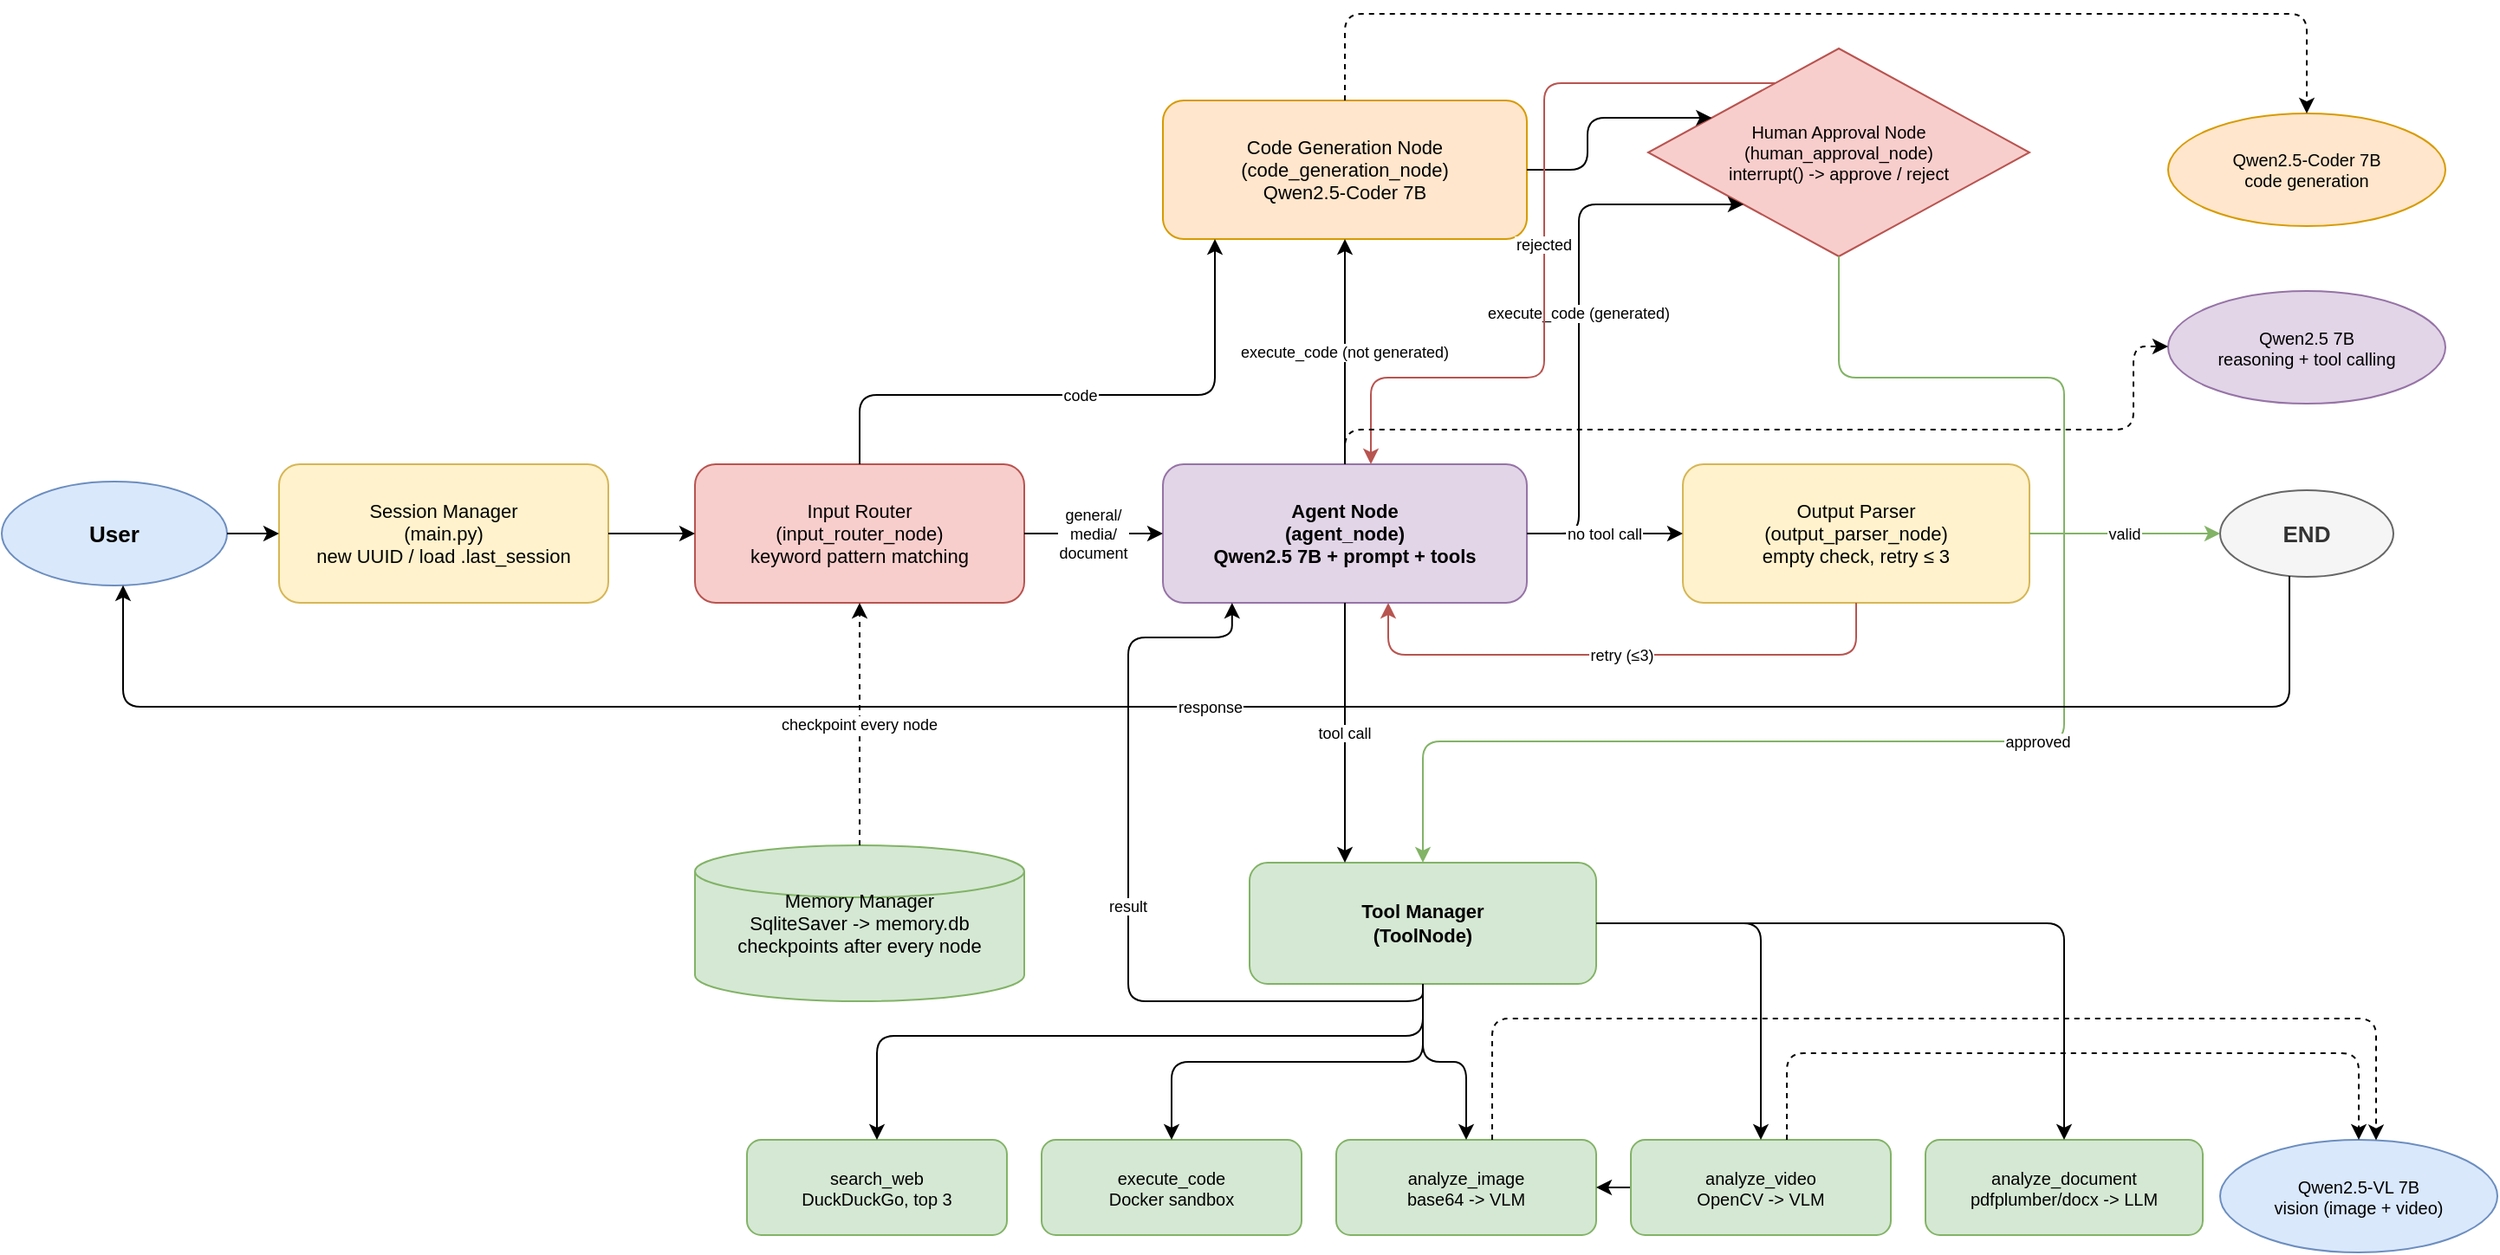
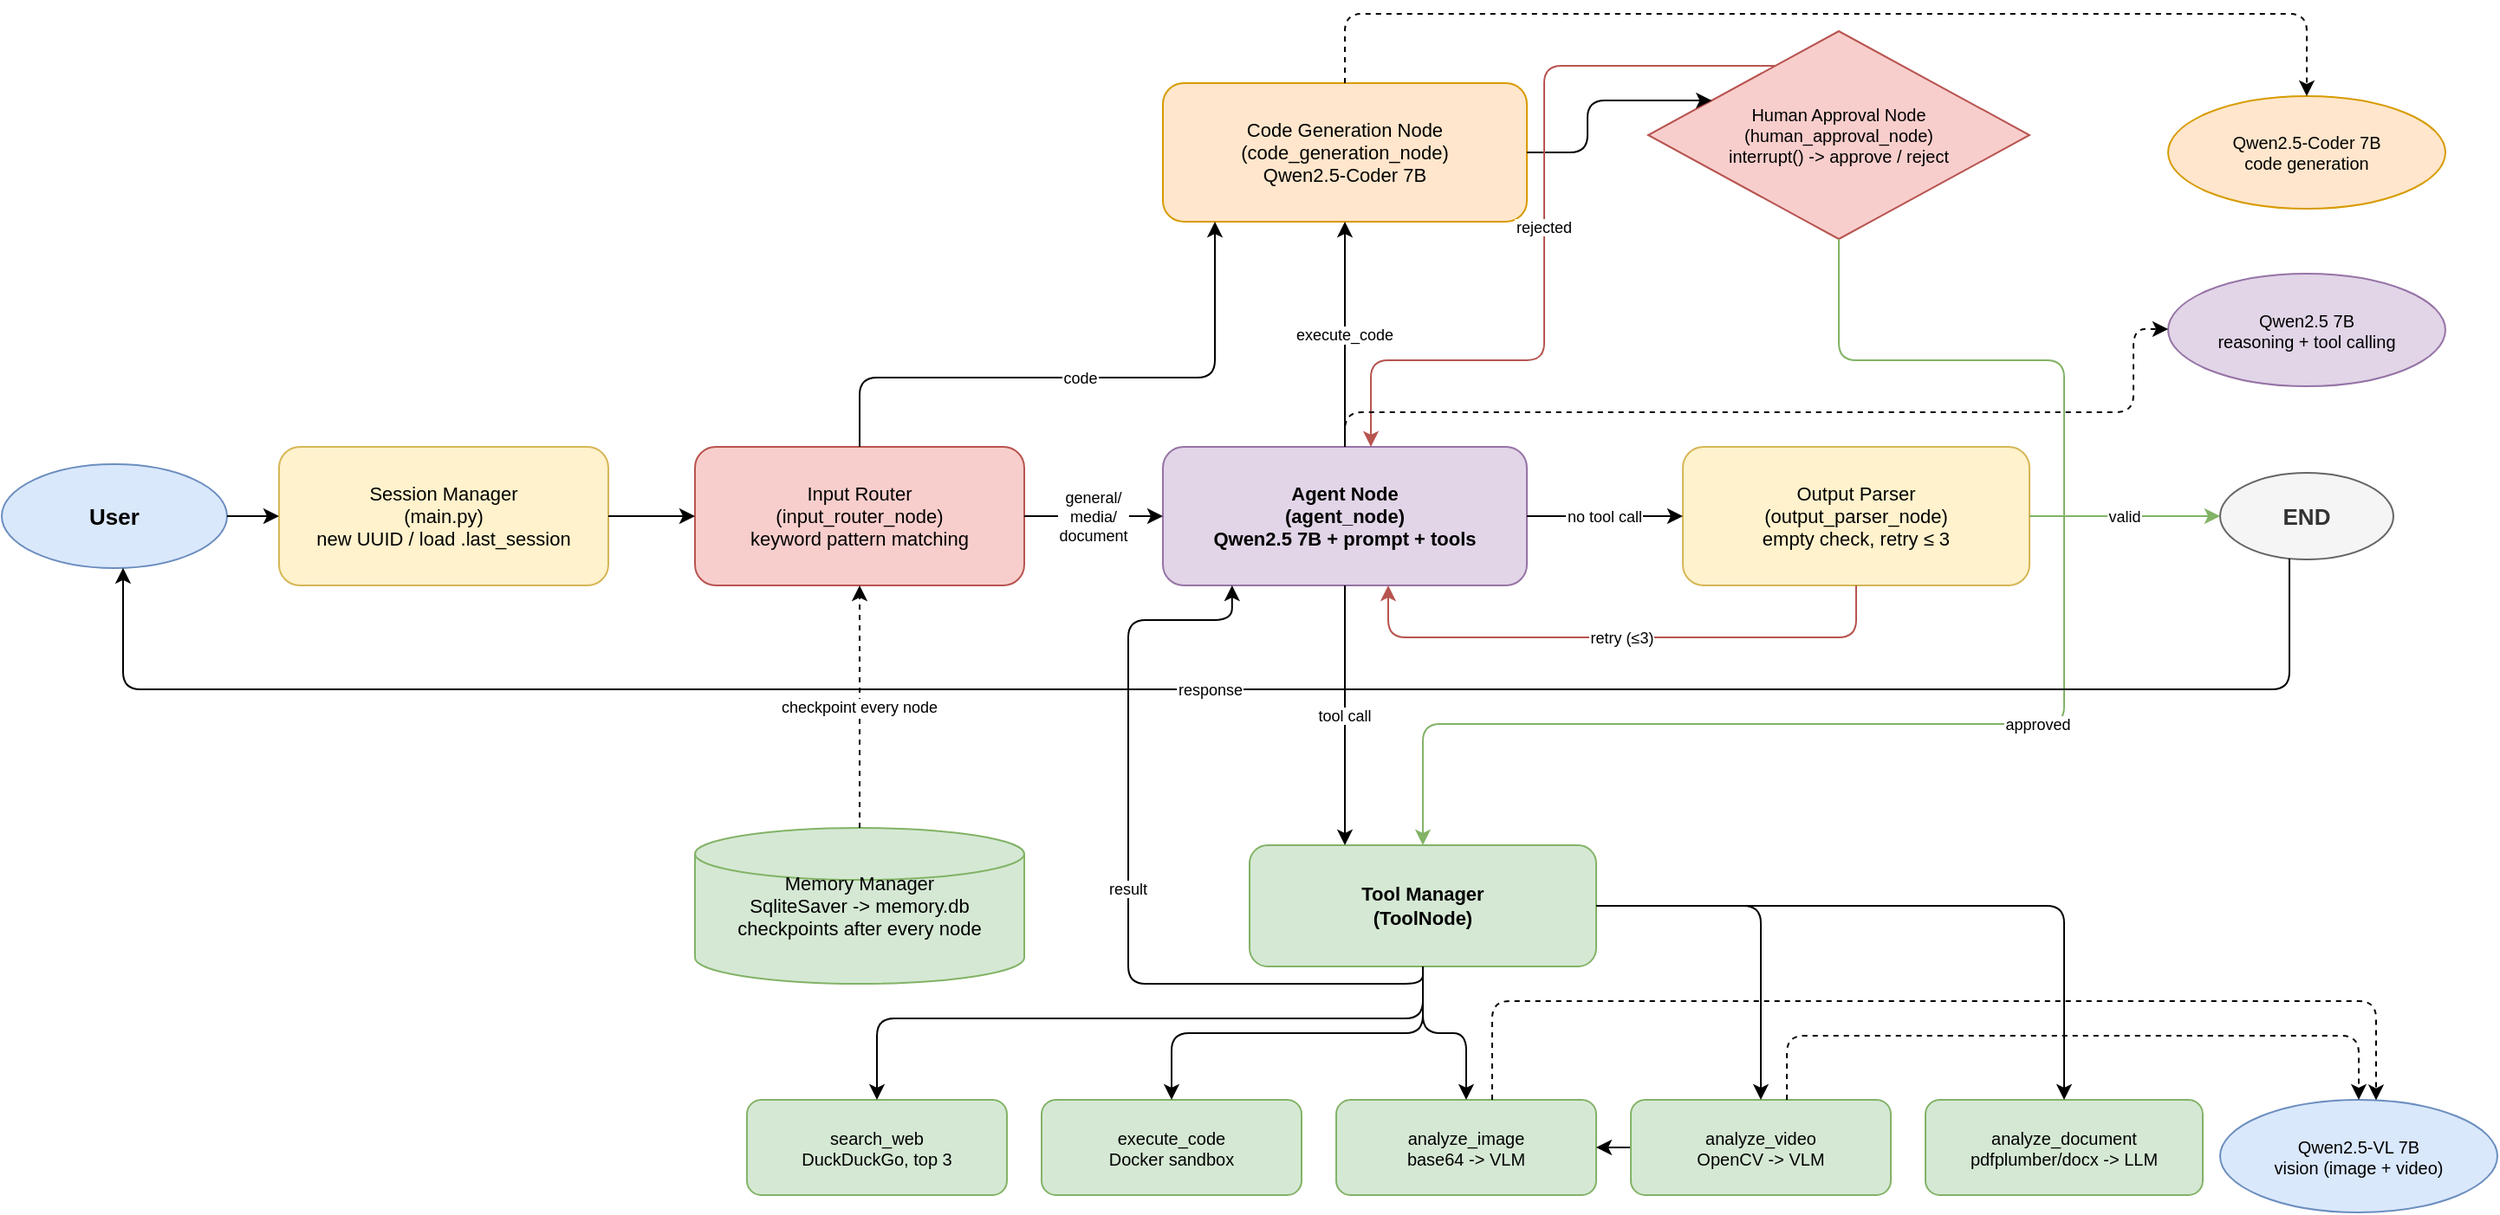
<mxfile host="65bd71144e">
    <diagram name="Local AI Agent v1" id="0">
-         <mxGraphModel dx="1445" dy="731" grid="1" gridSize="10" guides="1" tooltips="1" connect="1" arrows="1" fold="1" page="1" pageScale="1" pageWidth="1900" pageHeight="1400" math="0" shadow="0">
+         <mxGraphModel dx="1536" dy="685" grid="1" gridSize="10" guides="1" tooltips="1" connect="1" arrows="1" fold="1" page="1" pageScale="1" pageWidth="1900" pageHeight="1400" math="0" shadow="0">
            <root>
                <mxCell id="0"/>
                <mxCell id="1" parent="0"/>
                <mxCell id="2" value="User" style="ellipse;whiteSpace=wrap;html=1;fillColor=#dae8fc;strokeColor=#6c8ebf;fontStyle=1;fontSize=13;" parent="1" vertex="1">
                    <mxGeometry x="110" y="490" width="130" height="60" as="geometry"/>
                </mxCell>
                <mxCell id="3" value="Session Manager&#xa;(main.py)&#xa;new UUID / load .last_session" style="rounded=1;whiteSpace=wrap;html=1;fillColor=#fff2cc;strokeColor=#d6b656;fontSize=11;" parent="1" vertex="1">
                    <mxGeometry x="270" y="480" width="190" height="80" as="geometry"/>
                </mxCell>
                <mxCell id="4" value="Input Router&#xa;(input_router_node)&#xa;keyword pattern matching" style="rounded=1;whiteSpace=wrap;html=1;fillColor=#f8cecc;strokeColor=#b85450;fontSize=11;" parent="1" vertex="1">
                    <mxGeometry x="510" y="480" width="190" height="80" as="geometry"/>
                </mxCell>
                <mxCell id="6" value="Agent Node&#xa;(agent_node)&#xa;Qwen2.5 7B + prompt + tools" style="rounded=1;whiteSpace=wrap;html=1;fillColor=#e1d5e7;strokeColor=#9673a6;fontStyle=1;fontSize=11;" parent="1" vertex="1">
                    <mxGeometry x="780" y="480" width="210" height="80" as="geometry"/>
                </mxCell>
                <mxCell id="9" value="Output Parser&#xa;(output_parser_node)&#xa;empty check, retry ≤ 3" style="rounded=1;whiteSpace=wrap;html=1;fillColor=#fff2cc;strokeColor=#d6b656;fontSize=11;" parent="1" vertex="1">
                    <mxGeometry x="1080" y="480" width="200" height="80" as="geometry"/>
                </mxCell>
                <mxCell id="19" value="END" style="ellipse;whiteSpace=wrap;html=1;fillColor=#f5f5f5;strokeColor=#666666;fontColor=#333333;fontStyle=1;fontSize=13;" parent="1" vertex="1">
                    <mxGeometry x="1390" y="495" width="100" height="50" as="geometry"/>
                </mxCell>
                <mxCell id="7" value="Code Generation Node&#xa;(code_generation_node)&#xa;Qwen2.5-Coder 7B" style="rounded=1;whiteSpace=wrap;html=1;fillColor=#ffe6cc;strokeColor=#d79b00;fontSize=11;" parent="1" vertex="1">
                    <mxGeometry x="780" y="270" width="210" height="80" as="geometry"/>
                </mxCell>
-                 <mxCell id="8" value="Human Approval Node&#xa;(human_approval_node)&#xa;interrupt() -> approve / reject" style="rhombus;whiteSpace=wrap;html=1;fillColor=#f8cecc;strokeColor=#b85450;fontSize=10;" parent="1" vertex="1">
+                 <mxCell id="8" value="Human Approval Node&#xa;(human_approval_node)&#xa;interrupt() -&gt; approve / reject" style="rhombus;whiteSpace=wrap;html=1;fillColor=#f8cecc;strokeColor=#b85450;fontSize=10;" parent="1" vertex="1">
                    <mxGeometry x="1060" y="240" width="220" height="120" as="geometry"/>
                </mxCell>
                <mxCell id="10" value="Tool Manager&#xa;(ToolNode)" style="rounded=1;whiteSpace=wrap;html=1;fillColor=#d5e8d4;strokeColor=#82b366;fontStyle=1;fontSize=11;" parent="1" vertex="1">
                    <mxGeometry x="830" y="710" width="200" height="70" as="geometry"/>
                </mxCell>
-                 <mxCell id="5" value="Memory Manager&#xa;SqliteSaver -> memory.db&#xa;checkpoints after every node" style="shape=cylinder3;whiteSpace=wrap;html=1;fillColor=#d5e8d4;strokeColor=#82b366;fontSize=11;" parent="1" vertex="1">
+                 <mxCell id="5" value="Memory Manager&#xa;SqliteSaver -&gt; memory.db&#xa;checkpoints after every node" style="shape=cylinder3;whiteSpace=wrap;html=1;fillColor=#d5e8d4;strokeColor=#82b366;fontSize=11;" parent="1" vertex="1">
                    <mxGeometry x="510" y="700" width="190" height="90" as="geometry"/>
                </mxCell>
                <mxCell id="11" value="search_web&#xa;DuckDuckGo, top 3" style="rounded=1;whiteSpace=wrap;html=1;fillColor=#d5e8d4;strokeColor=#82b366;fontSize=10;" parent="1" vertex="1">
-                     <mxGeometry x="540" y="870" width="150" height="55" as="geometry"/>
+                     <mxGeometry x="540" y="857" width="150" height="55" as="geometry"/>
                </mxCell>
                <mxCell id="12" value="execute_code&#xa;Docker sandbox" style="rounded=1;whiteSpace=wrap;html=1;fillColor=#d5e8d4;strokeColor=#82b366;fontSize=10;" parent="1" vertex="1">
-                     <mxGeometry x="710" y="870" width="150" height="55" as="geometry"/>
-                 </mxCell>
-                 <mxCell id="13" value="analyze_image&#xa;base64 -> VLM" style="rounded=1;whiteSpace=wrap;html=1;fillColor=#d5e8d4;strokeColor=#82b366;fontSize=10;" parent="1" vertex="1">
-                     <mxGeometry x="880" y="870" width="150" height="55" as="geometry"/>
-                 </mxCell>
-                 <mxCell id="20" value="" style="edgeStyle=none;html=1;" edge="1" parent="1" source="14" target="13">
-                     <mxGeometry relative="1" as="geometry"/>
-                 </mxCell>
-                 <mxCell id="14" value="analyze_video&#xa;OpenCV -> VLM" style="rounded=1;whiteSpace=wrap;html=1;fillColor=#d5e8d4;strokeColor=#82b366;fontSize=10;" parent="1" vertex="1">
-                     <mxGeometry x="1050" y="870" width="150" height="55" as="geometry"/>
-                 </mxCell>
-                 <mxCell id="15" value="analyze_document&#xa;pdfplumber/docx -> LLM" style="rounded=1;whiteSpace=wrap;html=1;fillColor=#d5e8d4;strokeColor=#82b366;fontSize=10;" parent="1" vertex="1">
-                     <mxGeometry x="1220" y="870" width="160" height="55" as="geometry"/>
+                     <mxGeometry x="710" y="857" width="150" height="55" as="geometry"/>
+                 </mxCell>
+                 <mxCell id="13" value="analyze_image&#xa;base64 -&gt; VLM" style="rounded=1;whiteSpace=wrap;html=1;fillColor=#d5e8d4;strokeColor=#82b366;fontSize=10;" parent="1" vertex="1">
+                     <mxGeometry x="880" y="857" width="150" height="55" as="geometry"/>
+                 </mxCell>
+                 <mxCell id="20" value="" style="edgeStyle=none;html=1;" parent="1" source="14" target="13" edge="1">
+                     <mxGeometry relative="1" as="geometry"/>
+                 </mxCell>
+                 <mxCell id="14" value="analyze_video&#xa;OpenCV -&gt; VLM" style="rounded=1;whiteSpace=wrap;html=1;fillColor=#d5e8d4;strokeColor=#82b366;fontSize=10;" parent="1" vertex="1">
+                     <mxGeometry x="1050" y="857" width="150" height="55" as="geometry"/>
+                 </mxCell>
+                 <mxCell id="15" value="analyze_document&#xa;pdfplumber/docx -&gt; LLM" style="rounded=1;whiteSpace=wrap;html=1;fillColor=#d5e8d4;strokeColor=#82b366;fontSize=10;" parent="1" vertex="1">
+                     <mxGeometry x="1220" y="857" width="160" height="55" as="geometry"/>
                </mxCell>
                <mxCell id="17" value="Qwen2.5-Coder 7B&#xa;code generation" style="ellipse;whiteSpace=wrap;html=1;fillColor=#ffe6cc;strokeColor=#d79b00;fontSize=10;" parent="1" vertex="1">
                    <mxGeometry x="1360" y="277.5" width="160" height="65" as="geometry"/>
                </mxCell>
                <mxCell id="16" value="Qwen2.5 7B&#xa;reasoning + tool calling" style="ellipse;whiteSpace=wrap;html=1;fillColor=#e1d5e7;strokeColor=#9673a6;fontSize=10;" parent="1" vertex="1">
                    <mxGeometry x="1360" y="380" width="160" height="65" as="geometry"/>
                </mxCell>
                <mxCell id="18" value="Qwen2.5-VL 7B&#xa;vision (image + video)" style="ellipse;whiteSpace=wrap;html=1;fillColor=#dae8fc;strokeColor=#6c8ebf;fontSize=10;" parent="1" vertex="1">
-                     <mxGeometry x="1390" y="870" width="160" height="65" as="geometry"/>
+                     <mxGeometry x="1390" y="857" width="160" height="65" as="geometry"/>
                </mxCell>
                <mxCell id="e1" style="edgeStyle=orthogonalEdgeStyle;" parent="1" source="2" target="3" edge="1">
                    <mxGeometry relative="1" as="geometry"/>
                </mxCell>
                <mxCell id="e2" style="edgeStyle=orthogonalEdgeStyle;" parent="1" source="3" target="4" edge="1">
                    <mxGeometry relative="1" as="geometry"/>
                </mxCell>
                <mxCell id="e3" value="general/&#xa;media/&#xa;document" style="edgeStyle=orthogonalEdgeStyle;fontSize=9;" parent="1" source="4" target="6" edge="1">
                    <mxGeometry relative="1" as="geometry">
                        <mxPoint as="offset"/>
                    </mxGeometry>
                </mxCell>
                <mxCell id="e4" value="code" style="edgeStyle=orthogonalEdgeStyle;fontSize=9;" parent="1" source="4" target="7" edge="1">
                    <mxGeometry relative="1" as="geometry">
                        <Array as="points">
                            <mxPoint x="605" y="440"/>
                            <mxPoint x="810" y="440"/>
                        </Array>
                    </mxGeometry>
                </mxCell>
                <mxCell id="e5" value="tool call" style="edgeStyle=orthogonalEdgeStyle;fontSize=9;" parent="1" source="6" target="10" edge="1">
                    <mxGeometry relative="1" as="geometry">
                        <Array as="points">
                            <mxPoint x="885" y="670"/>
                            <mxPoint x="885" y="670"/>
                        </Array>
                    </mxGeometry>
                </mxCell>
-                 <mxCell id="e6" value="execute_code (not generated)" style="edgeStyle=orthogonalEdgeStyle;fontSize=9;" parent="1" source="6" target="7" edge="1">
-                     <mxGeometry relative="1" as="geometry"/>
-                 </mxCell>
-                 <mxCell id="e7" value="execute_code (generated)" style="edgeStyle=orthogonalEdgeStyle;fontSize=9;" parent="1" source="6" target="8" edge="1">
-                     <mxGeometry relative="1" as="geometry">
-                         <Array as="points">
-                             <mxPoint x="1020" y="520"/>
-                             <mxPoint x="1020" y="330"/>
-                         </Array>
-                     </mxGeometry>
+                 <mxCell id="e6" value="execute_code" style="edgeStyle=orthogonalEdgeStyle;fontSize=9;" parent="1" source="6" target="7" edge="1">
+                     <mxGeometry relative="1" as="geometry"/>
                </mxCell>
                <mxCell id="e8" value="no tool call" style="edgeStyle=orthogonalEdgeStyle;fontSize=9;" parent="1" source="6" target="9" edge="1">
                    <mxGeometry relative="1" as="geometry"/>
                </mxCell>
                <mxCell id="e9" value="result" style="edgeStyle=orthogonalEdgeStyle;fontSize=9;entryX=0.19;entryY=1;entryDx=0;entryDy=0;entryPerimeter=0;" parent="1" source="10" target="6" edge="1">
                    <mxGeometry relative="1" as="geometry">
                        <Array as="points">
                            <mxPoint x="930" y="790"/>
                            <mxPoint x="760" y="790"/>
                            <mxPoint x="760" y="580"/>
                            <mxPoint x="820" y="580"/>
                        </Array>
                    </mxGeometry>
                </mxCell>
                <mxCell id="e10" style="edgeStyle=orthogonalEdgeStyle;" parent="1" source="7" target="8" edge="1">
                    <mxGeometry relative="1" as="geometry">
                        <Array as="points">
                            <mxPoint x="1025" y="310"/>
                            <mxPoint x="1025" y="280"/>
                        </Array>
                    </mxGeometry>
                </mxCell>
                <mxCell id="e11" value="approved" style="edgeStyle=orthogonalEdgeStyle;fontSize=9;strokeColor=#82b366;" parent="1" source="8" target="10" edge="1">
                    <mxGeometry relative="1" as="geometry">
                        <Array as="points">
                            <mxPoint x="1170" y="430"/>
                            <mxPoint x="1300" y="430"/>
                            <mxPoint x="1300" y="640"/>
                            <mxPoint x="930" y="640"/>
                        </Array>
                    </mxGeometry>
                </mxCell>
                <mxCell id="e12" value="rejected" style="edgeStyle=orthogonalEdgeStyle;fontSize=9;strokeColor=#b85450;" parent="1" source="8" target="6" edge="1">
                    <mxGeometry relative="1" as="geometry">
                        <Array as="points">
                            <mxPoint x="1000" y="260"/>
                            <mxPoint x="1000" y="430"/>
                            <mxPoint x="900" y="430"/>
                        </Array>
                    </mxGeometry>
                </mxCell>
                <mxCell id="e13" value="valid" style="edgeStyle=orthogonalEdgeStyle;fontSize=9;strokeColor=#82b366;" parent="1" source="9" target="19" edge="1">
                    <mxGeometry relative="1" as="geometry"/>
                </mxCell>
                <mxCell id="e14" value="retry (≤3)" style="edgeStyle=orthogonalEdgeStyle;fontSize=9;strokeColor=#b85450;" parent="1" source="9" target="6" edge="1">
                    <mxGeometry relative="1" as="geometry">
                        <Array as="points">
                            <mxPoint x="1180" y="590"/>
                            <mxPoint x="910" y="590"/>
                        </Array>
                    </mxGeometry>
                </mxCell>
                <mxCell id="e15" value="checkpoint every node" style="edgeStyle=orthogonalEdgeStyle;fontSize=9;dashed=1;" parent="1" source="5" target="4" edge="1">
                    <mxGeometry relative="1" as="geometry"/>
                </mxCell>
                <mxCell id="e16" style="edgeStyle=orthogonalEdgeStyle;" parent="1" source="10" target="11" edge="1">
                    <mxGeometry relative="1" as="geometry">
                        <Array as="points">
                            <mxPoint x="930" y="810"/>
                            <mxPoint x="615" y="810"/>
                        </Array>
                    </mxGeometry>
                </mxCell>
                <mxCell id="e17" style="edgeStyle=orthogonalEdgeStyle;" parent="1" source="10" target="12" edge="1">
                    <mxGeometry relative="1" as="geometry"/>
                </mxCell>
                <mxCell id="e18" style="edgeStyle=orthogonalEdgeStyle;" parent="1" source="10" target="13" edge="1">
                    <mxGeometry relative="1" as="geometry"/>
                </mxCell>
                <mxCell id="e19" style="edgeStyle=orthogonalEdgeStyle;" parent="1" source="10" target="14" edge="1">
                    <mxGeometry relative="1" as="geometry"/>
                </mxCell>
                <mxCell id="e20" style="edgeStyle=orthogonalEdgeStyle;" parent="1" source="10" target="15" edge="1">
                    <mxGeometry relative="1" as="geometry"/>
                </mxCell>
                <mxCell id="e21" style="edgeStyle=orthogonalEdgeStyle;dashed=1;" parent="1" source="6" target="16" edge="1">
                    <mxGeometry relative="1" as="geometry">
                        <Array as="points">
                            <mxPoint x="885" y="460"/>
                            <mxPoint x="1340" y="460"/>
                            <mxPoint x="1340" y="412"/>
                        </Array>
                    </mxGeometry>
                </mxCell>
                <mxCell id="e22" style="edgeStyle=orthogonalEdgeStyle;dashed=1;" parent="1" source="7" target="17" edge="1">
                    <mxGeometry relative="1" as="geometry">
                        <Array as="points">
-                             <mxPoint x="885" y="220"/>
-                             <mxPoint x="1440" y="220"/>
+                             <mxPoint x="885" y="230"/>
+                             <mxPoint x="1440" y="230"/>
                        </Array>
                    </mxGeometry>
                </mxCell>
                <mxCell id="e23" style="edgeStyle=orthogonalEdgeStyle;dashed=1;" parent="1" source="13" target="18" edge="1">
                    <mxGeometry relative="1" as="geometry">
                        <Array as="points">
                            <mxPoint x="970" y="800"/>
                            <mxPoint x="1480" y="800"/>
                        </Array>
                    </mxGeometry>
                </mxCell>
                <mxCell id="e24" style="edgeStyle=orthogonalEdgeStyle;dashed=1;" parent="1" source="14" target="18" edge="1">
                    <mxGeometry relative="1" as="geometry">
                        <Array as="points">
                            <mxPoint x="1140" y="820"/>
                            <mxPoint x="1470" y="820"/>
                        </Array>
                    </mxGeometry>
                </mxCell>
                <mxCell id="e25" value="response" style="edgeStyle=orthogonalEdgeStyle;fontSize=9;" parent="1" source="19" target="2" edge="1">
                    <mxGeometry relative="1" as="geometry">
                        <Array as="points">
                            <mxPoint x="1430" y="620"/>
                            <mxPoint x="180" y="620"/>
                        </Array>
                    </mxGeometry>
                </mxCell>
            </root>
        </mxGraphModel>
    </diagram>
</mxfile>